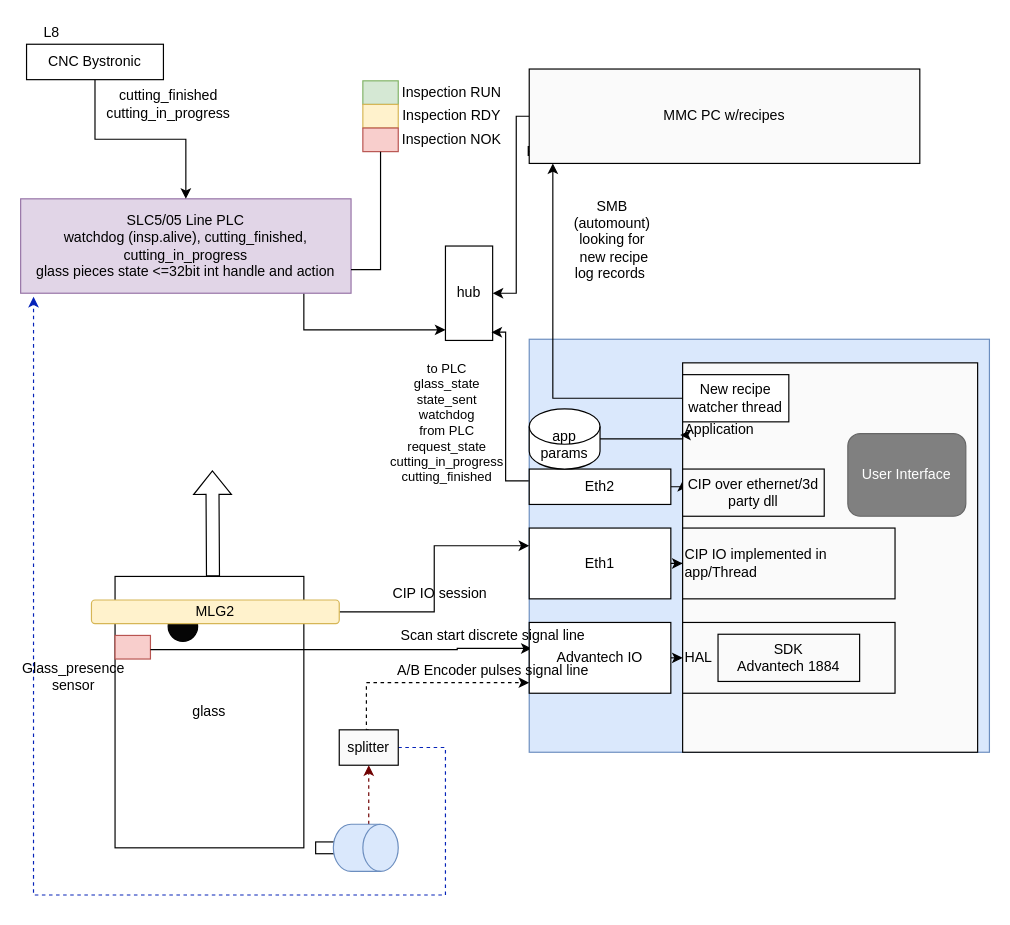
Before: page "Schema_actual" (2 of 7) of Inspection Platform Dataflow.drawio in megavad/Diagrams, a draw.io diagram. Source tidied: cells renumbered, new cells numbered last; positions are measured from the earlier drawing's top-left corner, leaving out a move shared by most shapes. Both pictures are drawn from the tidied source at 118%, with x=0, y=0 at pixel (20, 20).
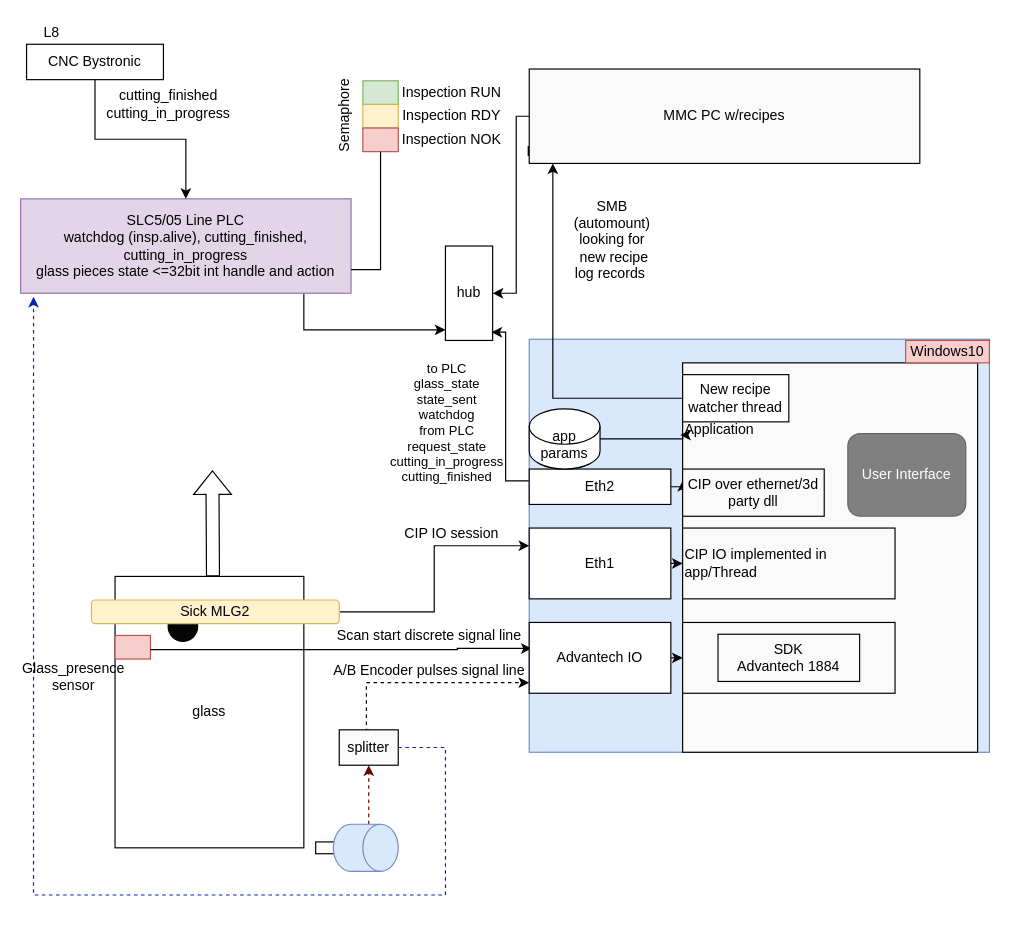
Above is the later version.

What changed in the source:
```diff
@@
     <mxCell id="27" value="Scan start discrete signal line" style="text;html=1;align=center;verticalAlign=middle;strokeColor=none;fillColor=none;" parent="1" vertex="1">
-      <mxGeometry x="315" y="511" width="170" height="20" as="geometry" />
+      <mxGeometry x="261" y="511" width="170" height="20" as="geometry" />
     </mxCell>
     <mxCell id="28" value="CIP IO session" style="text;html=1;align=center;verticalAlign=middle;strokeColor=none;fillColor=none;" parent="1" vertex="1">
-      <mxGeometry x="305" y="471" width="100" height="30" as="geometry" />
+      <mxGeometry x="315" y="420" width="100" height="30" as="geometry" />
     </mxCell>
-    <mxCell id="29" value="MLG2" style="rounded=1;whiteSpace=wrap;html=1;fillColor=#fff2cc;strokeColor=#d6b656;" parent="1" vertex="1">
+    <mxCell id="29" value="Sick MLG2" style="rounded=1;whiteSpace=wrap;html=1;fillColor=#fff2cc;strokeColor=#d6b656;" parent="1" vertex="1">
       <mxGeometry x="60" y="491" width="210" height="20" as="geometry" />
     </mxCell>
@@
     <mxCell id="31" value="A/B Encoder pulses signal line" style="text;html=1;align=center;verticalAlign=middle;strokeColor=none;fillColor=none;" parent="1" vertex="1">
-      <mxGeometry x="310" y="541" width="180" height="20" as="geometry" />
+      <mxGeometry x="256" y="541" width="180" height="20" as="geometry" />
     </mxCell>
@@
-    <mxCell id="40" value="HAL" style="rounded=0;whiteSpace=wrap;html=1;fillColor=#FAFAFA;align=left;" parent="1" vertex="1">
+    <mxCell id="40" style="rounded=0;whiteSpace=wrap;html=1;fillColor=#FAFAFA;align=left;" parent="1" vertex="1">
       <mxGeometry x="561" y="510" width="180" height="60" as="geometry" />
     </mxCell>
@@
+    <mxCell id="56" value="Windows10" style="text;html=1;strokeColor=#b85450;fillColor=#f8cecc;align=center;verticalAlign=middle;whiteSpace=wrap;rounded=0;" parent="1" vertex="1">
+      <mxGeometry x="750" y="271" width="71" height="19" as="geometry" />
+    </mxCell>
+    <mxCell id="57" value="Semaphore" style="text;html=1;align=center;verticalAlign=middle;strokeColor=none;fillColor=none;rotation=270;" parent="1" vertex="1">
+      <mxGeometry x="230" y="66" width="90" height="30" as="geometry" />
+    </mxCell>
```
